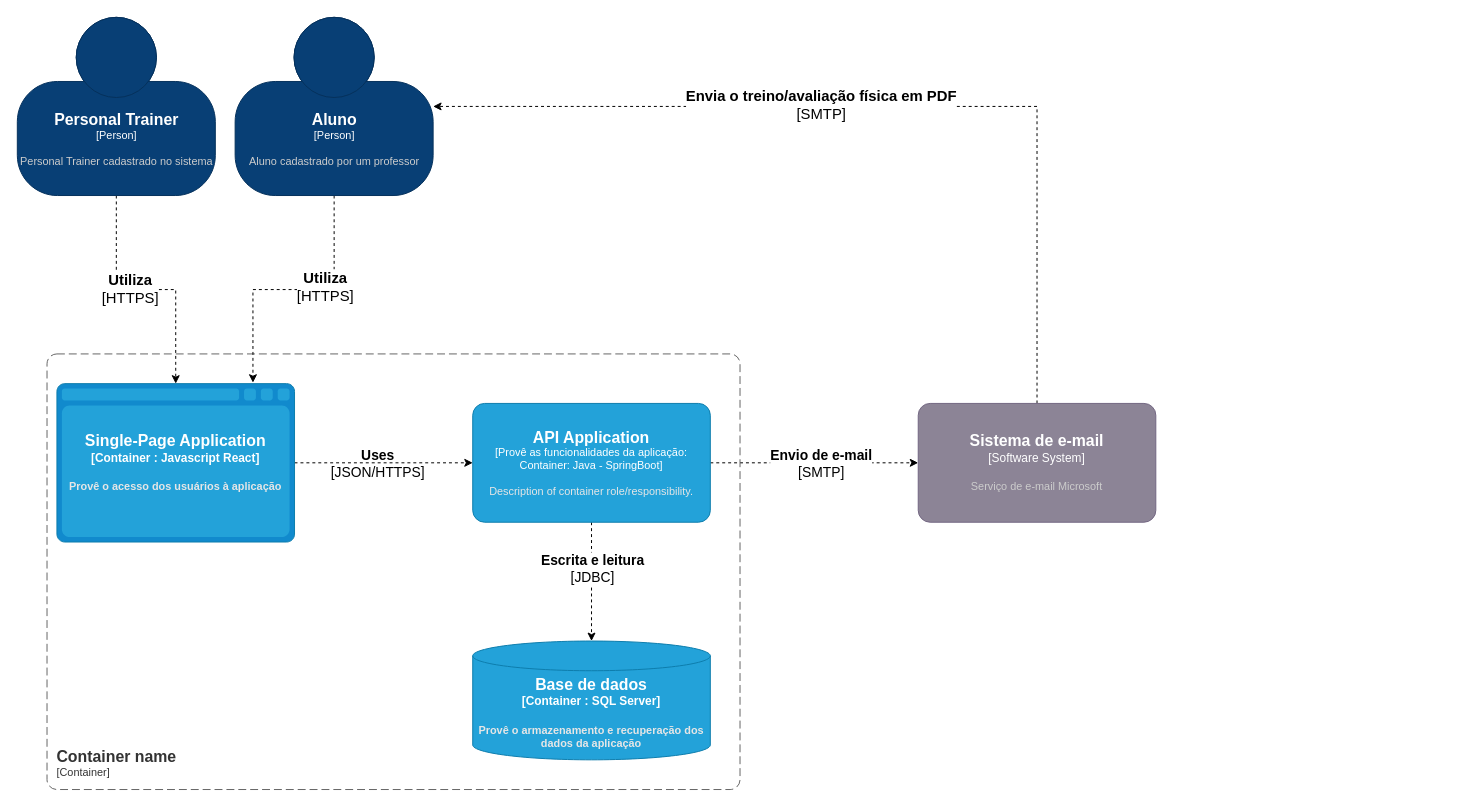
Earlier version of the draw.io diagram docs/diagrama_container.drawio (carloshsjbv/pucminas). Source tidied: cells renumbered, new cells numbered last; positions are measured from the earlier drawing's top-left corner, leaving out a move shared by most shapes. Both pictures are drawn from the tidied source at 99%, with x=0, y=0 at pixel (17, 17).
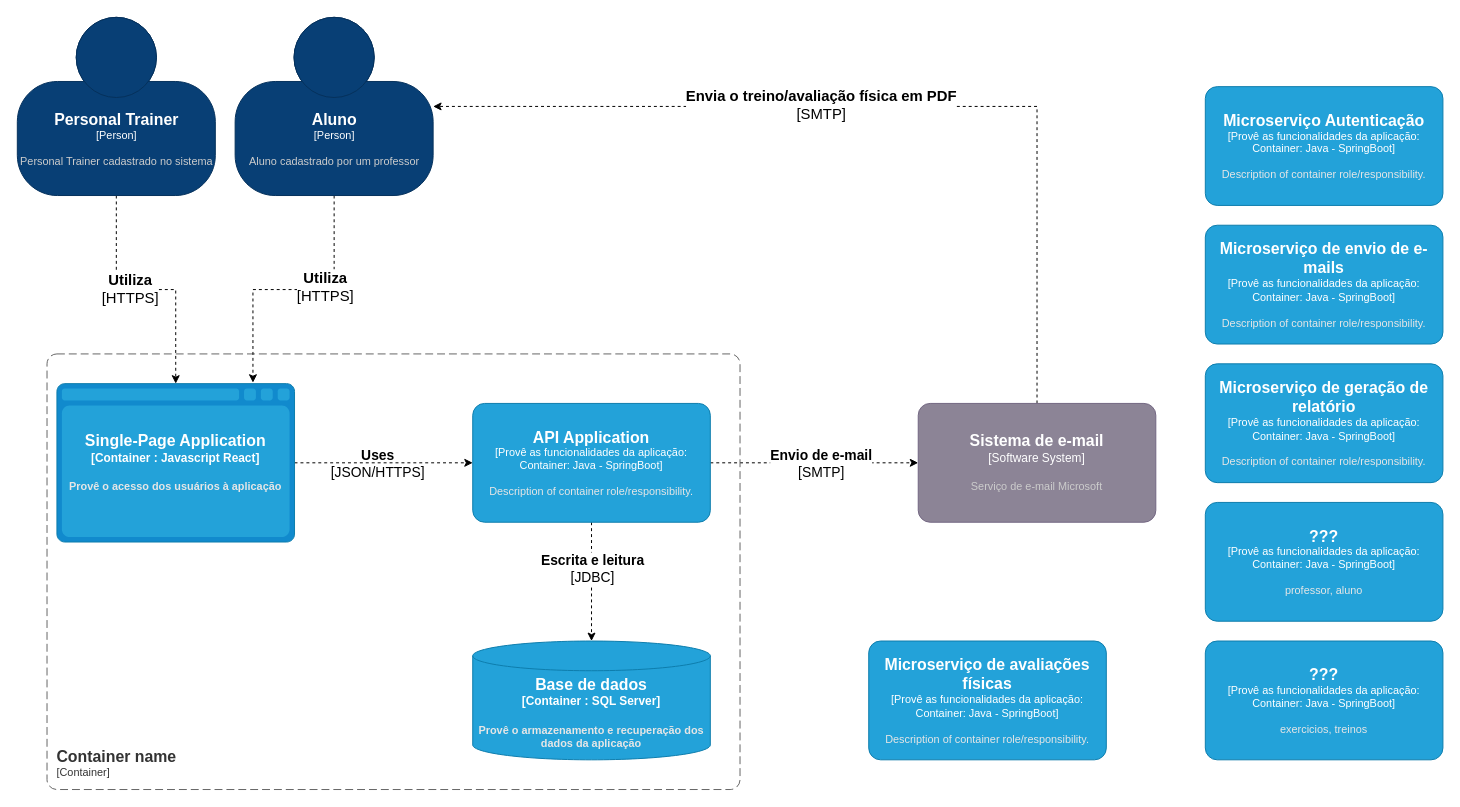
Above is the later version.

Commit message:
Atualizando diagrama de container

Change to the diagram source:
```diff
@@
+    <object id="21" label="&lt;font style=&quot;font-size: 16px&quot;&gt;&lt;b&gt;%c4Name%&lt;/b&gt;&lt;/font&gt;&lt;div&gt;[%c4Type%: %c4Technology%]&lt;/div&gt;&lt;br&gt;&lt;div&gt;&lt;font style=&quot;font-size: 11px&quot;&gt;&lt;font color=&quot;#E6E6E6&quot;&gt;%c4Description%&lt;/font&gt;&lt;/div&gt;" c4Description="Description of container role/responsibility." c4Name="Microserviço de envio de e-mails" c4Technology="Container: Java - SpringBoot" c4Type="Provê as funcionalidades da aplicação" placeholders="1">
+      <mxCell style="rounded=1;whiteSpace=wrap;html=1;fontSize=11;labelBackgroundColor=none;fillColor=#23A2D9;fontColor=#ffffff;align=center;arcSize=10;strokeColor=#0E7DAD;" parent="1" vertex="1">
+        <mxGeometry x="1200" y="210" width="240" height="120" as="geometry" />
+      </mxCell>
+    </object>
+    <object id="22" label="&lt;font style=&quot;font-size: 16px&quot;&gt;&lt;b&gt;%c4Name%&lt;/b&gt;&lt;/font&gt;&lt;div&gt;[%c4Type%: %c4Technology%]&lt;/div&gt;&lt;br&gt;&lt;div&gt;&lt;font style=&quot;font-size: 11px&quot;&gt;&lt;font color=&quot;#E6E6E6&quot;&gt;%c4Description%&lt;/font&gt;&lt;/div&gt;" c4Description="Description of container role/responsibility." c4Name="Microserviço de avaliações físicas" c4Technology="Container: Java - SpringBoot" c4Type="Provê as funcionalidades da aplicação" placeholders="1">
+      <mxCell style="rounded=1;whiteSpace=wrap;html=1;fontSize=11;labelBackgroundColor=none;fillColor=#23A2D9;fontColor=#ffffff;align=center;arcSize=10;strokeColor=#0E7DAD;" parent="1" vertex="1">
+        <mxGeometry x="860" y="630" width="240" height="120" as="geometry" />
+      </mxCell>
+    </object>
+    <object id="23" label="&lt;font style=&quot;font-size: 16px&quot;&gt;&lt;b&gt;%c4Name%&lt;/b&gt;&lt;/font&gt;&lt;div&gt;[%c4Type%: %c4Technology%]&lt;/div&gt;&lt;br&gt;&lt;div&gt;&lt;font style=&quot;font-size: 11px&quot;&gt;&lt;font color=&quot;#E6E6E6&quot;&gt;%c4Description%&lt;/font&gt;&lt;/div&gt;" c4Description="Description of container role/responsibility." c4Name="Microserviço Autenticação" c4Technology="Container: Java - SpringBoot" c4Type="Provê as funcionalidades da aplicação" placeholders="1">
+      <mxCell style="rounded=1;whiteSpace=wrap;html=1;fontSize=11;labelBackgroundColor=none;fillColor=#23A2D9;fontColor=#ffffff;align=center;arcSize=10;strokeColor=#0E7DAD;" parent="1" vertex="1">
+        <mxGeometry x="1200" y="70" width="240" height="120" as="geometry" />
+      </mxCell>
+    </object>
+    <object id="24" label="&lt;font style=&quot;font-size: 16px&quot;&gt;&lt;b&gt;%c4Name%&lt;/b&gt;&lt;/font&gt;&lt;div&gt;[%c4Type%: %c4Technology%]&lt;/div&gt;&lt;br&gt;&lt;div&gt;&lt;font style=&quot;font-size: 11px&quot;&gt;&lt;font color=&quot;#E6E6E6&quot;&gt;%c4Description%&lt;/font&gt;&lt;/div&gt;" c4Description="professor, aluno" c4Name="???" c4Technology="Container: Java - SpringBoot" c4Type="Provê as funcionalidades da aplicação" placeholders="1">
+      <mxCell style="rounded=1;whiteSpace=wrap;html=1;fontSize=11;labelBackgroundColor=none;fillColor=#23A2D9;fontColor=#ffffff;align=center;arcSize=10;strokeColor=#0E7DAD;" parent="1" vertex="1">
+        <mxGeometry x="1200" y="490" width="240" height="120" as="geometry" />
+      </mxCell>
+    </object>
+    <object id="25" label="&lt;font style=&quot;font-size: 16px&quot;&gt;&lt;b&gt;%c4Name%&lt;/b&gt;&lt;/font&gt;&lt;div&gt;[%c4Type%: %c4Technology%]&lt;/div&gt;&lt;br&gt;&lt;div&gt;&lt;font style=&quot;font-size: 11px&quot;&gt;&lt;font color=&quot;#E6E6E6&quot;&gt;%c4Description%&lt;/font&gt;&lt;/div&gt;" c4Description="Description of container role/responsibility." c4Name="Microserviço de geração de relatório" c4Technology="Container: Java - SpringBoot" c4Type="Provê as funcionalidades da aplicação" placeholders="1">
+      <mxCell style="rounded=1;whiteSpace=wrap;html=1;fontSize=11;labelBackgroundColor=none;fillColor=#23A2D9;fontColor=#ffffff;align=center;arcSize=10;strokeColor=#0E7DAD;" parent="1" vertex="1">
+        <mxGeometry x="1200" y="350" width="240" height="120" as="geometry" />
+      </mxCell>
+    </object>
+    <object id="26" label="&lt;font style=&quot;font-size: 16px&quot;&gt;&lt;b&gt;%c4Name%&lt;/b&gt;&lt;/font&gt;&lt;div&gt;[%c4Type%: %c4Technology%]&lt;/div&gt;&lt;br&gt;&lt;div&gt;&lt;font style=&quot;font-size: 11px&quot;&gt;&lt;font color=&quot;#E6E6E6&quot;&gt;%c4Description%&lt;/font&gt;&lt;/div&gt;" c4Description="exercicios, treinos" c4Name="???" c4Technology="Container: Java - SpringBoot" c4Type="Provê as funcionalidades da aplicação" placeholders="1">
+      <mxCell style="rounded=1;whiteSpace=wrap;html=1;fontSize=11;labelBackgroundColor=none;fillColor=#23A2D9;fontColor=#ffffff;align=center;arcSize=10;strokeColor=#0E7DAD;" parent="1" vertex="1">
+        <mxGeometry x="1200" y="630" width="240" height="120" as="geometry" />
+      </mxCell>
+    </object>
```
